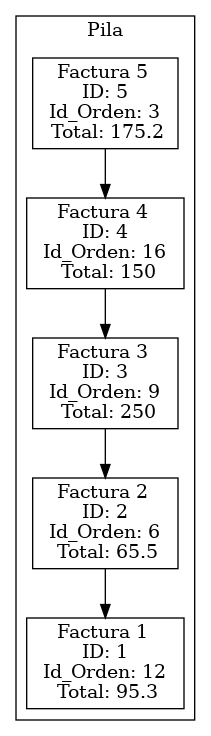
Above: Fase1/AutoGestPro/reports/Invoices.png in EstebanSNZT/-EDD-1S2025_202300769 (Graphviz), before the change. Its source is kept beside it as Fase1/AutoGestPro/reports/Invoices.dot.
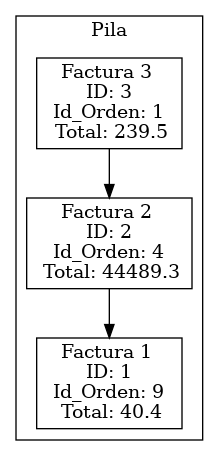
Later version of the same file.

Change to the diagram source:
```diff
@@ -3,13 +3,9 @@
     rankdir=TB;
     subgraph cluster_0 {
         label = "Pila";
-        n5 [label = "{<data> Factura 5 \n ID: 5 \n Id_Orden: 3 \n Total: 175.2}"];
-        n4 [label = "{<data> Factura 4 \n ID: 4 \n Id_Orden: 16 \n Total: 150}"];
-        n3 [label = "{<data> Factura 3 \n ID: 3 \n Id_Orden: 9 \n Total: 250}"];
-        n2 [label = "{<data> Factura 2 \n ID: 2 \n Id_Orden: 6 \n Total: 65.5}"];
-        n1 [label = "{<data> Factura 1 \n ID: 1 \n Id_Orden: 12 \n Total: 95.3}"];
-        n5 -> n4;
-        n4 -> n3;
+        n3 [label = "{<data> Factura 3 \n ID: 3 \n Id_Orden: 1 \n Total: 239.5}"];
+        n2 [label = "{<data> Factura 2 \n ID: 2 \n Id_Orden: 4 \n Total: 44489.3}"];
+        n1 [label = "{<data> Factura 1 \n ID: 1 \n Id_Orden: 9 \n Total: 40.4}"];
         n3 -> n2;
         n2 -> n1;
     }
```
